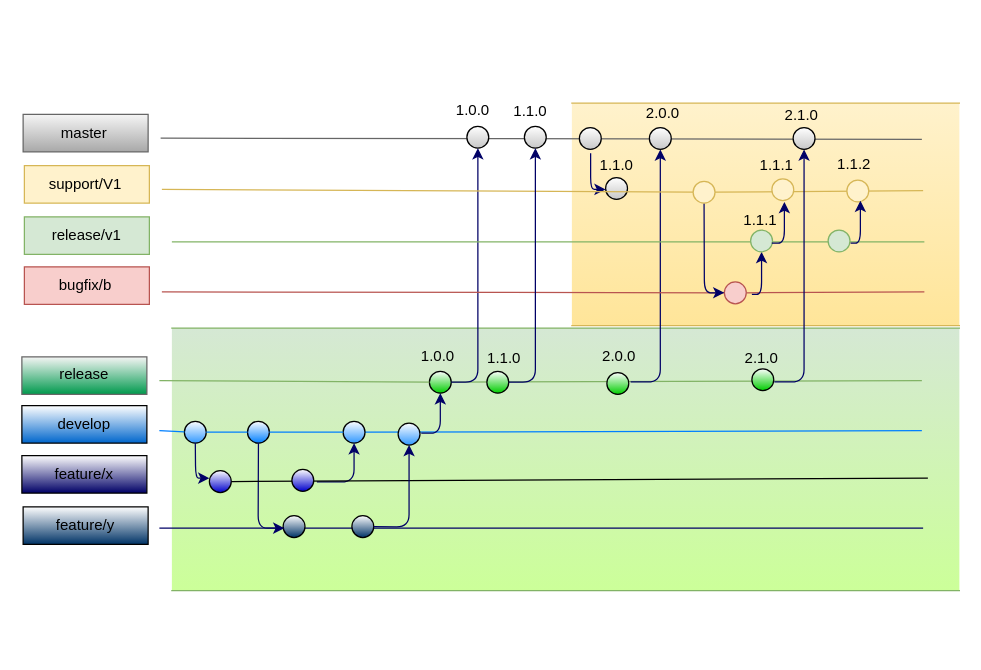
Above: Multi-Release-Feature-develop-release-master.drawio in sandy03934/drawiodiagrams (draw.io), before the change. Source tidied: cells renumbered, new cells numbered last; positions are measured from the earlier drawing's top-left corner, leaving out a move shared by most shapes. Both pictures are drawn from the tidied source at 125%, with x=0, y=0 at pixel (21, 98).
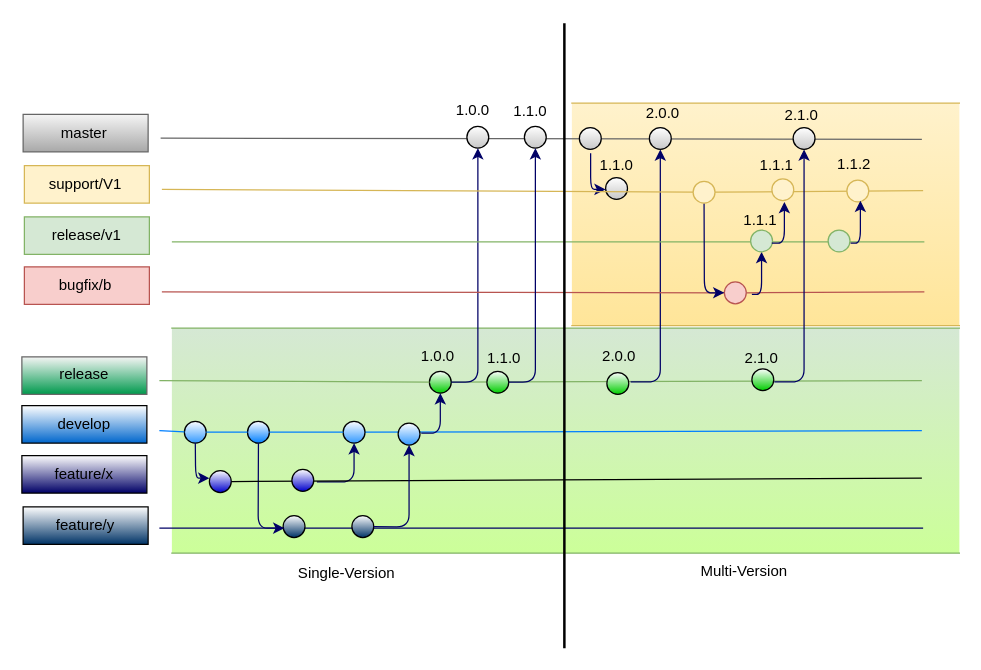
After the change.

Unchanged cells that the change refers to:
```xml
<mxCell id="17" style="ellipse;whiteSpace=wrap;html=1;gradientColor=#0000CC;" parent="1" vertex="1">
  <mxGeometry x="150" y="298" width="17.5" height="17.5" as="geometry" />
</mxCell>
```

Diff of the diagram source:
```diff
@@
     <mxCell id="3" style="shape=partialRectangle;whiteSpace=wrap;html=1;left=0;right=0;fillColor=#d5e8d4;strokeColor=#82b366;gradientColor=#CCFF99;" parent="1" vertex="1">
-      <mxGeometry x="120" y="184" width="630" height="210" as="geometry" />
+      <mxGeometry x="120" y="184" width="630" height="180" as="geometry" />
     </mxCell>
@@
-    <mxCell id="65" style="endArrow=none;html=1;entryX=0.96;entryY=0.571;entryDx=0;entryDy=0;entryPerimeter=0;exitX=1;exitY=0.5;exitDx=0;exitDy=0;" parent="1" edge="1" source="17" target="3">
-      <mxGeometry relative="1" as="geometry" />
+    <mxCell id="65" style="endArrow=none;html=1;exitX=1;exitY=0.5;exitDx=0;exitDy=0;" parent="1" edge="1" source="17">
+      <mxGeometry relative="1" as="geometry">
+        <mxPoint x="720" y="304" as="targetPoint" />
+      </mxGeometry>
     </mxCell>
@@
+    <mxCell id="84" style="line;strokeWidth=2;direction=south;html=1;gradientColor=#FFE599;" parent="1" vertex="1">
+      <mxGeometry x="429" y="-60" width="10" height="500" as="geometry" />
+    </mxCell>
+    <mxCell id="85" value="Single-Version" style="text;html=1;strokeColor=none;fillColor=none;align=center;verticalAlign=middle;whiteSpace=wrap;rounded=0;" parent="1" vertex="1">
+      <mxGeometry x="210" y="370" width="100" height="20" as="geometry" />
+    </mxCell>
+    <mxCell id="86" value="Multi-Version" style="text;html=1;strokeColor=none;fillColor=none;align=center;verticalAlign=middle;whiteSpace=wrap;rounded=0;" parent="1" vertex="1">
+      <mxGeometry x="528" y="369" width="100" height="20" as="geometry" />
+    </mxCell>
```
